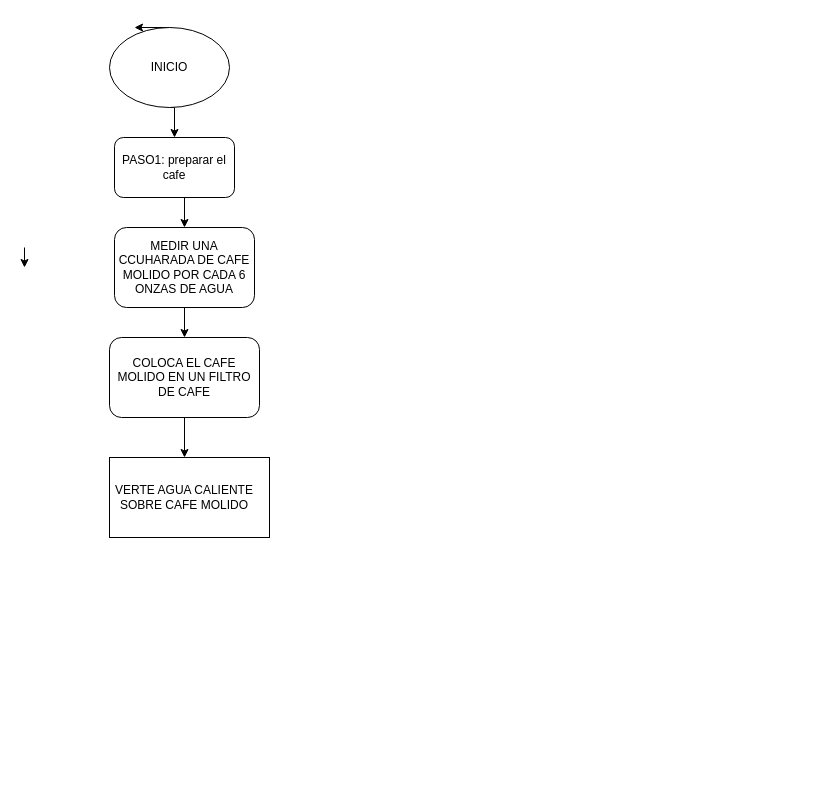
Before: nota/Estructuras De Control/cafe.drawio in IsraelOrtega2405/InteligenciaArtiicialEdgar, a draw.io diagram. Source tidied: cells renumbered, new cells numbered last; positions are measured from the earlier drawing's top-left corner, leaving out a move shared by most shapes. Both pictures are drawn from the tidied source at 100%, with x=0, y=0 at pixel (24, 27).
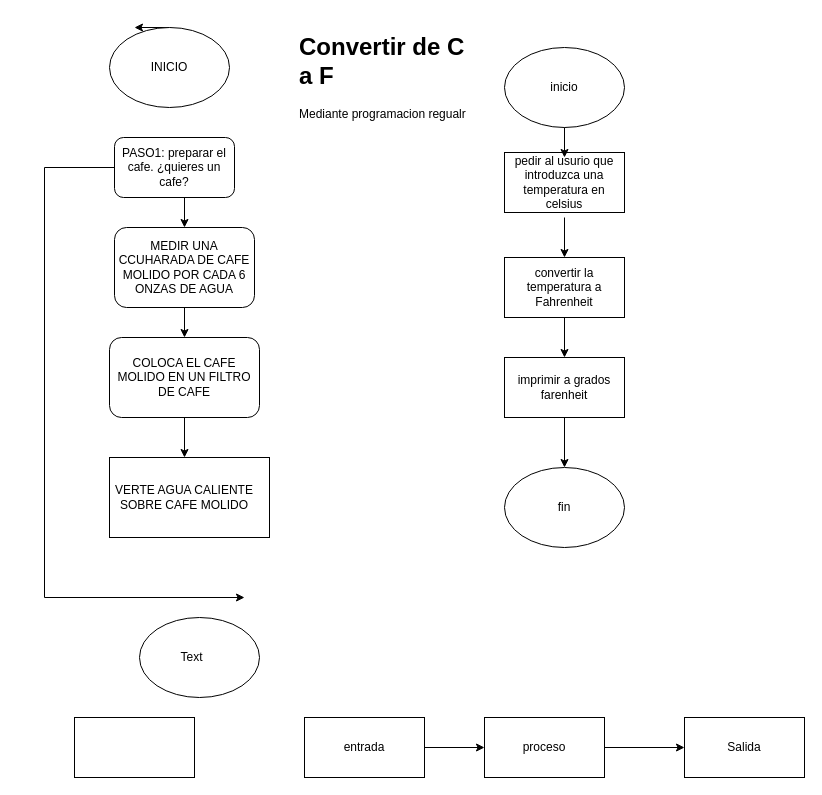
The same page after the edit.

Unchanged cells that the change refers to:
```xml
<mxCell id="4" style="ellipse;whiteSpace=wrap;html=1;" parent="1" vertex="1">
  <mxGeometry x="85" width="120" height="80" as="geometry" />
</mxCell>
```

Change to the diagram source:
```diff
@@
-    <mxCell id="2" style="edgeStyle=orthogonalEdgeStyle;rounded=0;jettySize=auto;html=1;exitX=0.5;exitY=1;exitDx=0;exitDy=0;entryX=0.5;entryY=0;entryDx=0;entryDy=0;" parent="1" edge="1" source="4" target="9">
-      <mxGeometry relative="1" as="geometry" />
-    </mxCell>
@@
-    <mxCell id="5" style="edgeStyle=orthogonalEdgeStyle;rounded=0;orthogonalLoop=1;jettySize=auto;html=1;exitX=0.5;exitY=0;exitDx=0;exitDy=0;" parent="1" edge="1">
-      <mxGeometry relative="1" as="geometry">
-        <mxPoint y="220" as="sourcePoint" />
-        <mxPoint y="240" as="targetPoint" />
-      </mxGeometry>
-    </mxCell>
@@
+    <mxCell id="18" style="edgeStyle=orthogonalEdgeStyle;rounded=0;jettySize=auto;html=1;" parent="1" edge="1" source="9">
+      <mxGeometry relative="1" as="geometry">
+        <mxPoint x="220" y="570" as="targetPoint" />
+        <Array as="points">
+          <mxPoint x="20" y="140" />
+          <mxPoint x="20" y="570" />
+        </Array>
+      </mxGeometry>
+    </mxCell>
-    <mxCell id="9" value="PASO1: preparar el cafe" style="text;html=1;strokeColor=none;fillColor=none;align=center;verticalAlign=middle;whiteSpace=wrap;rounded=0;" parent="1" vertex="1">
+    <mxCell id="9" value="PASO1: preparar el cafe. ¿quieres un cafe?" style="text;html=1;strokeColor=none;fillColor=none;align=center;verticalAlign=middle;whiteSpace=wrap;rounded=0;" parent="1" vertex="1">
       <mxGeometry x="90" y="110" width="120" height="60" as="geometry" />
     </mxCell>
@@
+    <mxCell id="19" style="ellipse;whiteSpace=wrap;html=1;" parent="1" vertex="1">
+      <mxGeometry x="115" y="590" width="120" height="80" as="geometry" />
+    </mxCell>
+    <mxCell id="20" value="Text" style="text;html=1;strokeColor=none;fillColor=none;align=center;verticalAlign=middle;whiteSpace=wrap;rounded=0;" parent="1" vertex="1">
+      <mxGeometry x="125" y="610" width="85" height="40" as="geometry" />
+    </mxCell>
+    <mxCell id="21" style="ellipse;whiteSpace=wrap;html=1;" parent="1" vertex="1">
+      <mxGeometry x="480" y="20" width="120" height="80" as="geometry" />
+    </mxCell>
+    <mxCell id="22" style="rounded=0;whiteSpace=wrap;html=1;" parent="1" vertex="1">
+      <mxGeometry x="480" y="125" width="120" height="60" as="geometry" />
+    </mxCell>
+    <mxCell id="23" style="rounded=0;whiteSpace=wrap;html=1;" parent="1" vertex="1">
+      <mxGeometry x="50" y="690" width="120" height="60" as="geometry" />
+    </mxCell>
+    <mxCell id="24" style="rounded=0;whiteSpace=wrap;html=1;" parent="1" vertex="1">
+      <mxGeometry x="480" y="230" width="120" height="60" as="geometry" />
+    </mxCell>
+    <mxCell id="25" style="rounded=0;whiteSpace=wrap;html=1;" parent="1" vertex="1">
+      <mxGeometry x="480" y="330" width="120" height="60" as="geometry" />
+    </mxCell>
+    <mxCell id="26" style="ellipse;whiteSpace=wrap;html=1;" parent="1" vertex="1">
+      <mxGeometry x="480" y="440" width="120" height="80" as="geometry" />
+    </mxCell>
+    <mxCell id="27" value="inicio" style="text;html=1;strokeColor=none;fillColor=none;align=center;verticalAlign=middle;whiteSpace=wrap;rounded=0;" parent="1" vertex="1">
+      <mxGeometry x="500" y="40" width="80" height="40" as="geometry" />
+    </mxCell>
+    <mxCell id="28" value="pedir al usurio que introduzca una temperatura en celsius" style="text;html=1;strokeColor=none;fillColor=none;align=center;verticalAlign=middle;whiteSpace=wrap;rounded=0;" parent="1" vertex="1">
+      <mxGeometry x="480" y="130" width="120" height="50" as="geometry" />
+    </mxCell>
+    <mxCell id="29" value="convertir la temperatura a Fahrenheit" style="text;html=1;strokeColor=none;fillColor=none;align=center;verticalAlign=middle;whiteSpace=wrap;rounded=0;" parent="1" vertex="1">
+      <mxGeometry x="480" y="230" width="120" height="60" as="geometry" />
+    </mxCell>
+    <mxCell id="30" value="imprimir a grados farenheit" style="text;html=1;strokeColor=none;fillColor=none;align=center;verticalAlign=middle;whiteSpace=wrap;rounded=0;" parent="1" vertex="1">
+      <mxGeometry x="480" y="330" width="120" height="60" as="geometry" />
+    </mxCell>
+    <mxCell id="31" value="fin" style="text;html=1;strokeColor=none;fillColor=none;align=center;verticalAlign=middle;whiteSpace=wrap;rounded=0;" parent="1" vertex="1">
+      <mxGeometry x="490" y="450" width="100" height="60" as="geometry" />
+    </mxCell>
+    <mxCell id="32" style="rounded=0;whiteSpace=wrap;html=1;" parent="1" vertex="1">
+      <mxGeometry x="280" y="690" width="120" height="60" as="geometry" />
+    </mxCell>
+    <mxCell id="33" style="rounded=0;whiteSpace=wrap;html=1;" parent="1" vertex="1">
+      <mxGeometry x="460" y="690" width="120" height="60" as="geometry" />
+    </mxCell>
+    <mxCell id="34" style="rounded=0;whiteSpace=wrap;html=1;" parent="1" vertex="1">
+      <mxGeometry x="660" y="690" width="120" height="60" as="geometry" />
+    </mxCell>
+    <mxCell id="35" value="entrada" style="text;html=1;strokeColor=none;fillColor=none;align=center;verticalAlign=middle;whiteSpace=wrap;rounded=0;" parent="1" vertex="1">
+      <mxGeometry x="280" y="690" width="120" height="60" as="geometry" />
+    </mxCell>
+    <mxCell id="36" value="proceso" style="text;html=1;strokeColor=none;fillColor=none;align=center;verticalAlign=middle;whiteSpace=wrap;rounded=0;" parent="1" vertex="1">
+      <mxGeometry x="460" y="690" width="120" height="60" as="geometry" />
+    </mxCell>
+    <mxCell id="37" value="Salida" style="text;html=1;strokeColor=none;fillColor=none;align=center;verticalAlign=middle;whiteSpace=wrap;rounded=0;" parent="1" vertex="1">
+      <mxGeometry x="660" y="690" width="120" height="60" as="geometry" />
+    </mxCell>
+    <mxCell id="38" style="endArrow=classic;html=1;" parent="1" edge="1" source="35">
+      <mxGeometry relative="1" as="geometry">
+        <mxPoint x="460" y="720" as="targetPoint" />
+      </mxGeometry>
+    </mxCell>
+    <mxCell id="39" style="endArrow=classic;html=1;exitX=1;exitY=0.5;exitDx=0;exitDy=0;entryX=0;entryY=0.5;entryDx=0;entryDy=0;" parent="1" edge="1" source="36" target="37">
+      <mxGeometry relative="1" as="geometry" />
+    </mxCell>
+    <mxCell id="40" style="endArrow=classic;html=1;" parent="1" edge="1" source="21">
+      <mxGeometry relative="1" as="geometry">
+        <mxPoint x="540" y="130" as="targetPoint" />
+      </mxGeometry>
+    </mxCell>
+    <mxCell id="41" style="endArrow=classic;html=1;entryX=0.5;entryY=0;entryDx=0;entryDy=0;" parent="1" edge="1" target="29">
+      <mxGeometry relative="1" as="geometry">
+        <mxPoint x="540" y="190" as="sourcePoint" />
+      </mxGeometry>
+    </mxCell>
+    <mxCell id="42" style="endArrow=classic;html=1;" parent="1" edge="1" source="29">
+      <mxGeometry relative="1" as="geometry">
+        <mxPoint x="540" y="330" as="targetPoint" />
+      </mxGeometry>
+    </mxCell>
+    <mxCell id="43" style="endArrow=classic;html=1;" parent="1" edge="1" source="30">
+      <mxGeometry relative="1" as="geometry">
+        <mxPoint x="540" y="440" as="targetPoint" />
+      </mxGeometry>
+    </mxCell>
+    <mxCell id="44" value="&lt;h1&gt;Convertir de C&amp;nbsp; a F&lt;/h1&gt;&lt;div&gt;Mediante programacion regualr&amp;nbsp;&lt;/div&gt;" style="text;html=1;strokeColor=none;fillColor=none;spacing=5;spacingTop=-20;whiteSpace=wrap;overflow=hidden;rounded=0;" parent="1" vertex="1">
+      <mxGeometry x="270" width="190" height="120" as="geometry" />
+    </mxCell>
```
